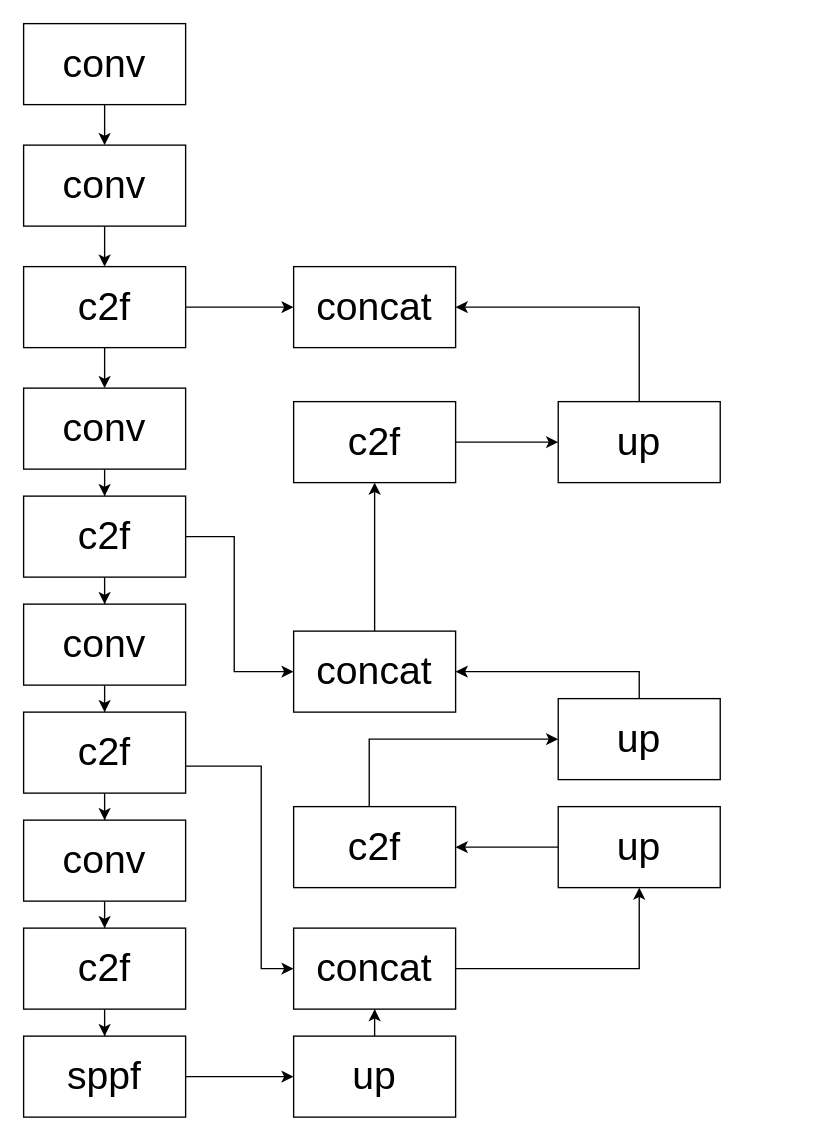
funkallll/deeplearning keeps this draw.io diagram as yolo.drawio. Above is the earlier version. Source tidied: cells renumbered, new cells numbered last; positions are measured from the earlier drawing's top-left corner, leaving out a move shared by most shapes. Both pictures are drawn from the tidied source at 135%, with x=0, y=0 at pixel (23, 23).
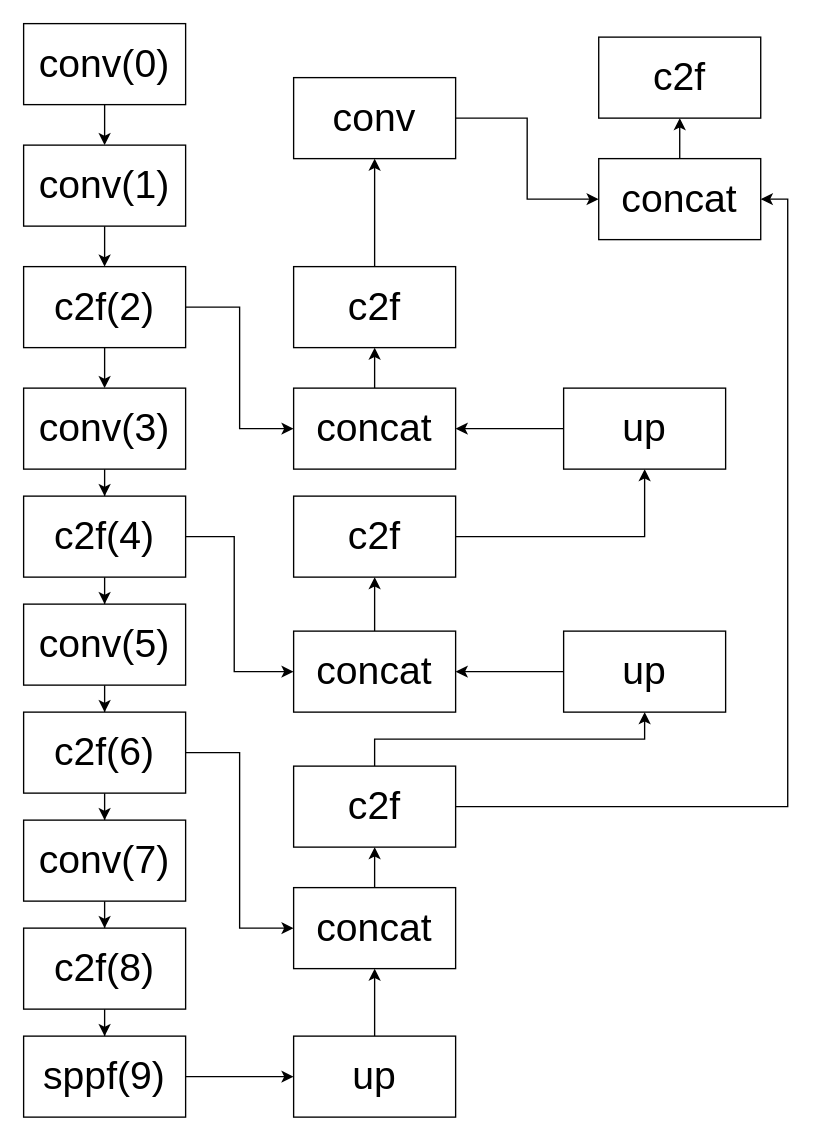
Above is the later version.

Unchanged cells that the change refers to:
```xml
<mxCell id="36" value="concat" style="rounded=0;whiteSpace=wrap;html=1;fontSize=29;" parent="1" vertex="1">
  <mxGeometry x="200" y="450" width="120" height="60" as="geometry" />
</mxCell>
```

Diff of the diagram source:
```diff
@@
-    <mxCell id="3" value="conv" style="rounded=0;whiteSpace=wrap;html=1;fontSize=29;" parent="1" vertex="1">
+    <mxCell id="3" value="conv(0)" style="rounded=0;whiteSpace=wrap;html=1;fontSize=29;" parent="1" vertex="1">
       <mxGeometry width="120" height="60" as="geometry" />
     </mxCell>
@@
-    <mxCell id="5" value="conv" style="rounded=0;whiteSpace=wrap;html=1;fontSize=29;" parent="1" vertex="1">
+    <mxCell id="5" value="conv(1)" style="rounded=0;whiteSpace=wrap;html=1;fontSize=29;" parent="1" vertex="1">
       <mxGeometry y="90" width="120" height="60" as="geometry" />
     </mxCell>
@@
-    <mxCell id="7" style="edgeStyle=orthogonalEdgeStyle;rounded=0;jettySize=auto;html=1;entryX=0;entryY=0.5;entryDx=0;entryDy=0;" parent="1" edge="1" source="8" target="41">
-      <mxGeometry relative="1" as="geometry" />
-    </mxCell>
+    <mxCell id="42" style="edgeStyle=orthogonalEdgeStyle;rounded=0;jettySize=auto;html=1;entryX=0;entryY=0.5;entryDx=0;entryDy=0;" parent="1" edge="1" source="8" target="50">
+      <mxGeometry relative="1" as="geometry" />
+    </mxCell>
-    <mxCell id="8" value="c2f" style="rounded=0;whiteSpace=wrap;html=1;fontSize=29;" parent="1" vertex="1">
+    <mxCell id="8" value="c2f(2)" style="rounded=0;whiteSpace=wrap;html=1;fontSize=29;" parent="1" vertex="1">
       <mxGeometry y="180" width="120" height="60" as="geometry" />
     </mxCell>
@@
-    <mxCell id="10" value="conv" style="rounded=0;whiteSpace=wrap;html=1;fontSize=29;" parent="1" vertex="1">
+    <mxCell id="10" value="conv(3)" style="rounded=0;whiteSpace=wrap;html=1;fontSize=29;" parent="1" vertex="1">
       <mxGeometry y="270" width="120" height="60" as="geometry" />
     </mxCell>
@@
-    <mxCell id="13" value="c2f" style="rounded=0;whiteSpace=wrap;html=1;fontSize=29;" parent="1" vertex="1">
+    <mxCell id="13" value="c2f(4)" style="rounded=0;whiteSpace=wrap;html=1;fontSize=29;" parent="1" vertex="1">
       <mxGeometry y="350" width="120" height="60" as="geometry" />
     </mxCell>
@@
-    <mxCell id="15" value="conv" style="rounded=0;whiteSpace=wrap;html=1;fontSize=29;" parent="1" vertex="1">
+    <mxCell id="15" value="conv(5)" style="rounded=0;whiteSpace=wrap;html=1;fontSize=29;" parent="1" vertex="1">
       <mxGeometry y="430" width="120" height="60" as="geometry" />
     </mxCell>
@@
-    <mxCell id="17" style="edgeStyle=orthogonalEdgeStyle;rounded=0;jettySize=auto;html=1;" parent="1" edge="1" source="18" target="28">
-      <mxGeometry relative="1" as="geometry">
-        <Array as="points">
-          <mxPoint x="176" y="550" />
-          <mxPoint x="176" y="700" />
-        </Array>
-      </mxGeometry>
+    <mxCell id="17" style="edgeStyle=orthogonalEdgeStyle;rounded=0;jettySize=auto;html=1;entryX=0;entryY=0.5;entryDx=0;entryDy=0;" parent="1" edge="1" source="18" target="28">
+      <mxGeometry relative="1" as="geometry" />
     </mxCell>
-    <mxCell id="18" value="c2f" style="rounded=0;whiteSpace=wrap;html=1;fontSize=29;" parent="1" vertex="1">
+    <mxCell id="18" value="c2f(6)" style="rounded=0;whiteSpace=wrap;html=1;fontSize=29;" parent="1" vertex="1">
       <mxGeometry y="510" width="120" height="60" as="geometry" />
     </mxCell>
@@
-    <mxCell id="20" value="conv" style="rounded=0;whiteSpace=wrap;html=1;fontSize=29;" parent="1" vertex="1">
+    <mxCell id="20" value="conv(7)" style="rounded=0;whiteSpace=wrap;html=1;fontSize=29;" parent="1" vertex="1">
       <mxGeometry y="590" width="120" height="60" as="geometry" />
     </mxCell>
@@
-    <mxCell id="22" value="c2f" style="rounded=0;whiteSpace=wrap;html=1;fontSize=29;" parent="1" vertex="1">
+    <mxCell id="22" value="c2f(8)" style="rounded=0;whiteSpace=wrap;html=1;fontSize=29;" parent="1" vertex="1">
       <mxGeometry y="670" width="120" height="60" as="geometry" />
     </mxCell>
@@
-    <mxCell id="24" value="sppf" style="rounded=0;whiteSpace=wrap;html=1;fontSize=29;" parent="1" vertex="1">
+    <mxCell id="24" value="sppf(9)" style="rounded=0;whiteSpace=wrap;html=1;fontSize=29;" parent="1" vertex="1">
       <mxGeometry y="750" width="120" height="60" as="geometry" />
     </mxCell>
@@
-    <mxCell id="27" style="edgeStyle=orthogonalEdgeStyle;rounded=0;jettySize=auto;html=1;" parent="1" edge="1" source="28" target="30">
-      <mxGeometry relative="1" as="geometry" />
-    </mxCell>
+    <mxCell id="43" style="edgeStyle=orthogonalEdgeStyle;rounded=0;jettySize=auto;html=1;" parent="1" edge="1" source="28" target="32">
+      <mxGeometry relative="1" as="geometry" />
+    </mxCell>
     <mxCell id="28" value="concat" style="whiteSpace=wrap;html=1;fontSize=29;rounded=0;" parent="1" vertex="1">
-      <mxGeometry x="200" y="670" width="120" height="60" as="geometry" />
+      <mxGeometry x="200" y="640" width="120" height="60" as="geometry" />
     </mxCell>
-    <mxCell id="29" style="edgeStyle=orthogonalEdgeStyle;rounded=0;jettySize=auto;html=1;" parent="1" edge="1" source="30" target="32">
-      <mxGeometry relative="1" as="geometry">
-        <Array as="points">
-          <mxPoint x="396" y="610" />
-          <mxPoint x="396" y="610" />
-        </Array>
-      </mxGeometry>
-    </mxCell>
+    <mxCell id="44" style="edgeStyle=orthogonalEdgeStyle;rounded=0;jettySize=auto;html=1;entryX=1;entryY=0.5;entryDx=0;entryDy=0;" parent="1" edge="1" source="30" target="36">
+      <mxGeometry relative="1" as="geometry">
+        <Array as="points">
+          <mxPoint x="446" y="480" />
+        </Array>
+      </mxGeometry>
+    </mxCell>
     <mxCell id="30" value="up" style="whiteSpace=wrap;html=1;fontSize=29;rounded=0;" parent="1" vertex="1">
-      <mxGeometry x="396" y="580" width="120" height="60" as="geometry" />
+      <mxGeometry x="400" y="450" width="120" height="60" as="geometry" />
     </mxCell>
-    <mxCell id="31" style="edgeStyle=orthogonalEdgeStyle;rounded=0;jettySize=auto;html=1;" parent="1" edge="1" source="32" target="34">
-      <mxGeometry relative="1" as="geometry">
-        <Array as="points">
-          <mxPoint x="256" y="530" />
-        </Array>
-      </mxGeometry>
-    </mxCell>
-    <mxCell id="32" value="c2f" style="whiteSpace=wrap;html=1;fontSize=29;rounded=0;" parent="1" vertex="1">
-      <mxGeometry x="200" y="580" width="120" height="60" as="geometry" />
-    </mxCell>
-    <mxCell id="33" style="edgeStyle=orthogonalEdgeStyle;rounded=0;jettySize=auto;html=1;entryX=1;entryY=0.5;entryDx=0;entryDy=0;" parent="1" edge="1" source="34" target="36">
-      <mxGeometry relative="1" as="geometry">
-        <Array as="points">
-          <mxPoint x="456" y="480" />
-        </Array>
-      </mxGeometry>
-    </mxCell>
-    <mxCell id="34" value="up" style="whiteSpace=wrap;html=1;fontSize=29;rounded=0;" parent="1" vertex="1">
-      <mxGeometry x="396" y="500" width="120" height="60" as="geometry" />
-    </mxCell>
@@
-    <mxCell id="37" style="edgeStyle=orthogonalEdgeStyle;rounded=0;jettySize=auto;html=1;" parent="1" edge="1" source="38" target="40">
-      <mxGeometry relative="1" as="geometry" />
-    </mxCell>
+    <mxCell id="45" style="edgeStyle=orthogonalEdgeStyle;rounded=0;jettySize=auto;html=1;entryX=0.5;entryY=1;entryDx=0;entryDy=0;" parent="1" edge="1" source="38" target="41">
+      <mxGeometry relative="1" as="geometry" />
+    </mxCell>
     <mxCell id="38" value="c2f" style="rounded=0;whiteSpace=wrap;html=1;fontSize=29;" parent="1" vertex="1">
-      <mxGeometry x="200" y="280" width="120" height="60" as="geometry" />
+      <mxGeometry x="200" y="350" width="120" height="60" as="geometry" />
     </mxCell>
-    <mxCell id="39" style="edgeStyle=orthogonalEdgeStyle;rounded=0;jettySize=auto;html=1;" parent="1" edge="1" source="40" target="41">
-      <mxGeometry relative="1" as="geometry">
-        <Array as="points">
-          <mxPoint x="456" y="210" />
-        </Array>
-      </mxGeometry>
-    </mxCell>
-    <mxCell id="40" value="up" style="rounded=0;whiteSpace=wrap;html=1;fontSize=29;" parent="1" vertex="1">
-      <mxGeometry x="396" y="280" width="120" height="60" as="geometry" />
-    </mxCell>
+    <mxCell id="46" style="edgeStyle=orthogonalEdgeStyle;rounded=0;jettySize=auto;html=1;" parent="1" edge="1" source="41" target="50">
+      <mxGeometry relative="1" as="geometry" />
+    </mxCell>
-    <mxCell id="41" value="concat" style="rounded=0;whiteSpace=wrap;html=1;fontSize=29;" parent="1" vertex="1">
-      <mxGeometry x="200" y="180" width="120" height="60" as="geometry" />
+    <mxCell id="41" value="up" style="rounded=0;whiteSpace=wrap;html=1;fontSize=29;" parent="1" vertex="1">
+      <mxGeometry x="400" y="270" width="120" height="60" as="geometry" />
     </mxCell>
+    <mxCell id="47" style="edgeStyle=orthogonalEdgeStyle;rounded=0;jettySize=auto;html=1;entryX=0.5;entryY=1;entryDx=0;entryDy=0;exitX=0.5;exitY=0;exitDx=0;exitDy=0;" parent="1" edge="1" source="32" target="30">
+      <mxGeometry relative="1" as="geometry">
+        <Array as="points">
+          <mxPoint x="260" y="530" />
+          <mxPoint x="460" y="530" />
+        </Array>
+      </mxGeometry>
+    </mxCell>
+    <mxCell id="48" style="edgeStyle=orthogonalEdgeStyle;rounded=0;jettySize=auto;html=1;entryX=1;entryY=0.5;entryDx=0;entryDy=0;" parent="1" edge="1" source="32" target="56">
+      <mxGeometry relative="1" as="geometry" />
+    </mxCell>
+    <mxCell id="32" value="c2f" style="whiteSpace=wrap;html=1;fontSize=29;rounded=0;" parent="1" vertex="1">
+      <mxGeometry x="200" y="550" width="120" height="60" as="geometry" />
+    </mxCell>
+    <mxCell id="49" style="edgeStyle=orthogonalEdgeStyle;rounded=0;jettySize=auto;html=1;" parent="1" edge="1" source="50" target="52">
+      <mxGeometry relative="1" as="geometry" />
+    </mxCell>
+    <mxCell id="50" value="concat" style="rounded=0;whiteSpace=wrap;html=1;fontSize=29;" parent="1" vertex="1">
+      <mxGeometry x="200" y="270" width="120" height="60" as="geometry" />
+    </mxCell>
+    <mxCell id="51" style="edgeStyle=orthogonalEdgeStyle;rounded=0;jettySize=auto;html=1;" parent="1" edge="1" source="52" target="54">
+      <mxGeometry relative="1" as="geometry" />
+    </mxCell>
+    <mxCell id="52" value="c2f" style="rounded=0;whiteSpace=wrap;html=1;fontSize=29;" parent="1" vertex="1">
+      <mxGeometry x="200" y="180" width="120" height="60" as="geometry" />
+    </mxCell>
+    <mxCell id="53" style="edgeStyle=orthogonalEdgeStyle;rounded=0;jettySize=auto;html=1;" parent="1" edge="1" source="54" target="56">
+      <mxGeometry relative="1" as="geometry" />
+    </mxCell>
+    <mxCell id="54" value="conv" style="rounded=0;whiteSpace=wrap;html=1;fontSize=29;" parent="1" vertex="1">
+      <mxGeometry x="200" y="40" width="120" height="60" as="geometry" />
+    </mxCell>
+    <mxCell id="55" style="edgeStyle=orthogonalEdgeStyle;rounded=0;jettySize=auto;html=1;" parent="1" edge="1" source="56" target="57">
+      <mxGeometry relative="1" as="geometry" />
+    </mxCell>
+    <mxCell id="56" value="concat" style="rounded=0;whiteSpace=wrap;html=1;fontSize=29;" parent="1" vertex="1">
+      <mxGeometry x="426" y="100" width="120" height="60" as="geometry" />
+    </mxCell>
+    <mxCell id="57" value="c2f" style="rounded=0;whiteSpace=wrap;html=1;fontSize=29;" parent="1" vertex="1">
+      <mxGeometry x="426" y="10" width="120" height="60" as="geometry" />
+    </mxCell>
```
